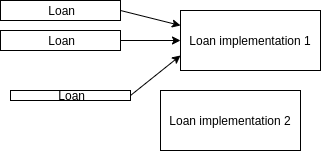
Above: diagrams/NFT loan.png in DeLabsI0/crispy.finance-contracts (draw.io), before the change. Source tidied: cells renumbered, new cells last; positions are measured from the earlier drawing's top-left corner, leaving out a move shared by most shapes.
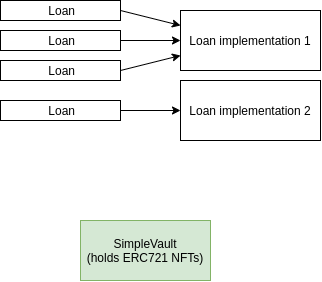
After the change.

Commit message:
Extend base loan

Diff of the diagram source:
```diff
@@ -12,7 +12,7 @@
       <mxGeometry width="120" height="20" as="geometry" />
     </mxCell>
     <mxCell id="5" value="Loan implementation 2" style="rounded=0;whiteSpace=wrap;html=1;" parent="1" vertex="1">
-      <mxGeometry x="160" y="90" width="140" height="60" as="geometry" />
+      <mxGeometry x="180" y="80" width="140" height="60" as="geometry" />
     </mxCell>
     <mxCell id="6" style="rounded=0;jettySize=auto;html=1;exitX=1;exitY=0.5;exitDx=0;exitDy=0;entryX=0;entryY=0.5;entryDx=0;entryDy=0;" parent="1" edge="1" source="7" target="2">
       <mxGeometry relative="1" as="geometry" />
@@ -24,7 +24,16 @@
       <mxGeometry relative="1" as="geometry" />
     </mxCell>
     <mxCell id="9" value="&amp;nbsp;Loan" style="rounded=0;whiteSpace=wrap;html=1;" parent="1" vertex="1">
-      <mxGeometry x="10" y="90" width="120" height="10" as="geometry" />
+      <mxGeometry y="60" width="120" height="20" as="geometry" />
     </mxCell>
+    <mxCell id="10" style="edgeStyle=orthogonalEdgeStyle;rounded=0;jettySize=auto;html=1;exitX=1;exitY=0.5;exitDx=0;exitDy=0;entryX=0;entryY=0.5;entryDx=0;entryDy=0;" parent="1" edge="1" source="11" target="5">
+      <mxGeometry relative="1" as="geometry" />
+    </mxCell>
+    <mxCell id="11" value="&amp;nbsp;Loan" style="rounded=0;whiteSpace=wrap;html=1;" parent="1" vertex="1">
+      <mxGeometry y="100" width="120" height="20" as="geometry" />
+    </mxCell>
+    <mxCell id="12" value="SimpleVault&lt;br&gt;(holds ERC721 NFTs)" style="rounded=0;whiteSpace=wrap;html=1;fillColor=#d5e8d4;strokeColor=#82b366;" parent="1" vertex="1">
+      <mxGeometry x="80" y="220" width="130" height="60" as="geometry" />
+    </mxCell>
   </root>
 </mxGraphModel>
```
